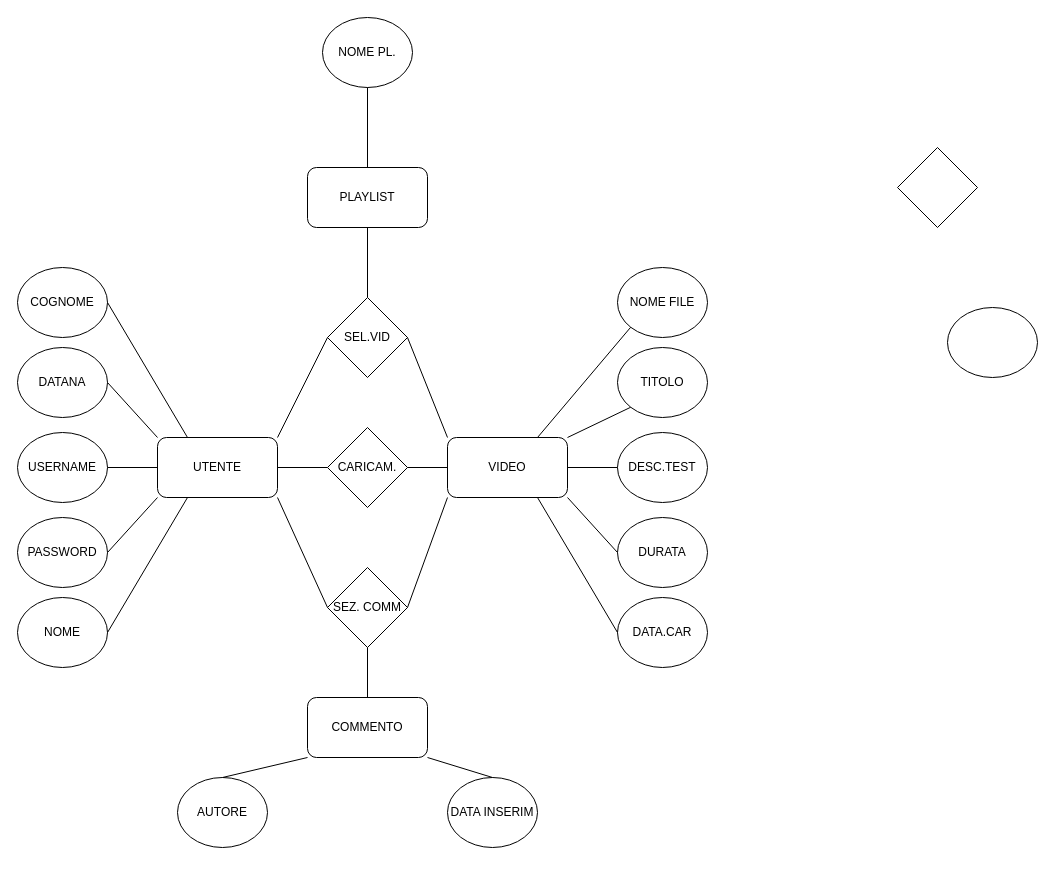
LilAnciel/Project keeps this draw.io diagram as esame.drawio. Above is the earlier version. Source tidied: cells renumbered, new cells numbered last; positions are measured from the earlier drawing's top-left corner, leaving out a move shared by most shapes. Both pictures are drawn from the tidied source at 100%, with x=0, y=0 at pixel (17, 17).
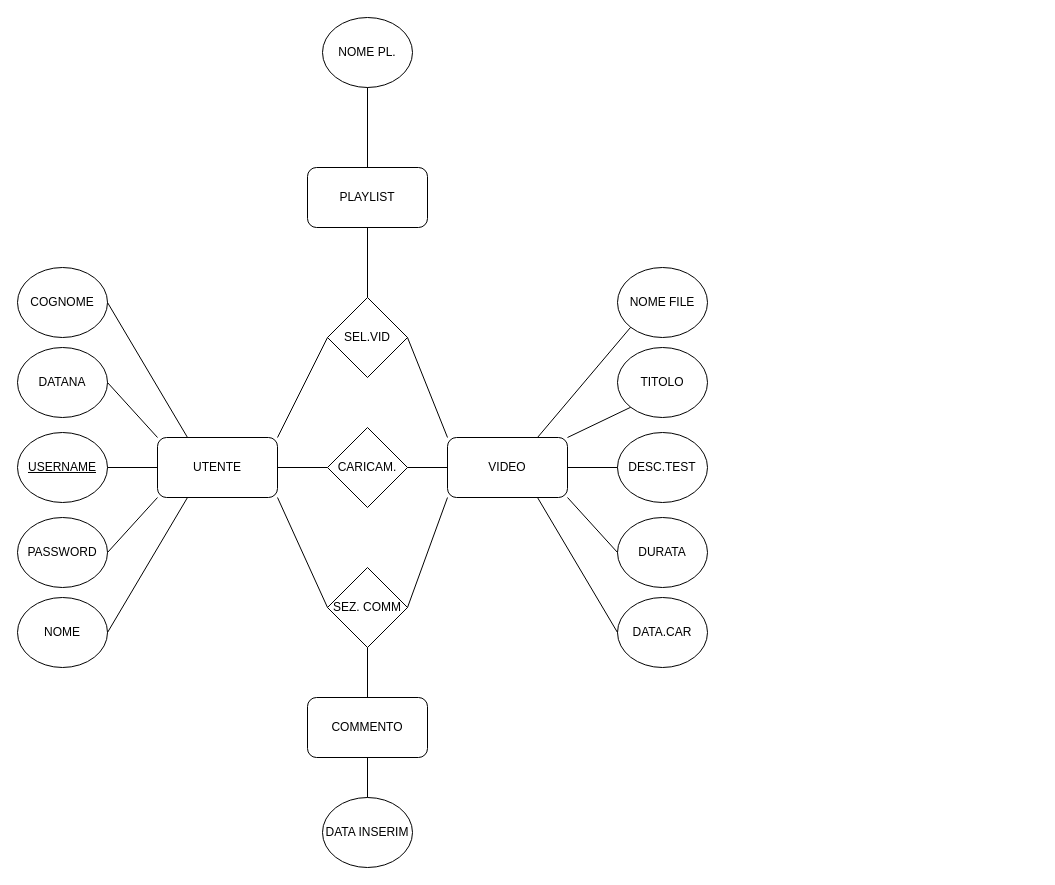
The same diagram, later.

The change refers to these unchanged cells:
```xml
<mxCell id="4" value="COMMENTO" style="rounded=1;whiteSpace=wrap;html=1;" parent="1" vertex="1">
  <mxGeometry x="290" y="680" width="120" height="60" as="geometry" />
</mxCell>
```

Change to the diagram source:
```diff
@@
-    <mxCell id="9" style="rhombus;whiteSpace=wrap;html=1;" parent="1" vertex="1">
-      <mxGeometry x="880" y="130" width="80" height="80" as="geometry" />
-    </mxCell>
@@
     <mxCell id="15" value="DATA INSERIM" style="ellipse;whiteSpace=wrap;html=1;" parent="1" vertex="1">
-      <mxGeometry x="430" y="760" width="90" height="70" as="geometry" />
+      <mxGeometry x="305" y="780" width="90" height="70" as="geometry" />
     </mxCell>
-    <mxCell id="16" value="AUTORE" style="ellipse;whiteSpace=wrap;html=1;" parent="1" vertex="1">
-      <mxGeometry x="160" y="760" width="90" height="70" as="geometry" />
-    </mxCell>
@@
-    <mxCell id="18" value="USERNAME" style="ellipse;whiteSpace=wrap;html=1;" parent="1" vertex="1">
+    <mxCell id="18" value="&lt;u&gt;USERNAME&lt;/u&gt;" style="ellipse;whiteSpace=wrap;html=1;" parent="1" vertex="1">
       <mxGeometry y="415" width="90" height="70" as="geometry" />
     </mxCell>
@@
-    <mxCell id="20" style="endArrow=none;html=1;exitX=0;exitY=1;exitDx=0;exitDy=0;entryX=0.5;entryY=0;entryDx=0;entryDy=0;" parent="1" edge="1" source="4" target="16">
-      <mxGeometry relative="1" as="geometry" />
-    </mxCell>
-    <mxCell id="21" style="endArrow=none;html=1;exitX=1;exitY=1;exitDx=0;exitDy=0;entryX=0.5;entryY=0;entryDx=0;entryDy=0;" parent="1" edge="1" source="4" target="15">
+    <mxCell id="21" style="endArrow=none;html=1;exitX=0.5;exitY=1;exitDx=0;exitDy=0;entryX=0.5;entryY=0;entryDx=0;entryDy=0;" parent="1" edge="1" source="4" target="15">
       <mxGeometry relative="1" as="geometry" />
     </mxCell>
@@
-    <mxCell id="39" style="ellipse;whiteSpace=wrap;html=1;" parent="1" vertex="1">
-      <mxGeometry x="930" y="290" width="90" height="70" as="geometry" />
-    </mxCell>
```
